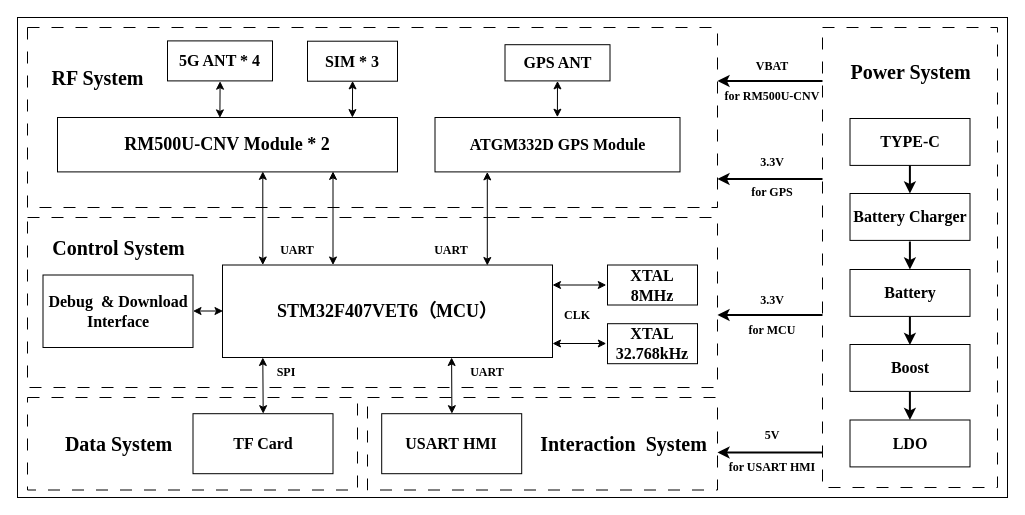
Above: ICCC_block_V4.0.drawio in zeandon/draw.io (draw.io), before the change. Source tidied: cells renumbered, new cells numbered last; positions are measured from the earlier drawing's top-left corner, leaving out a move shared by most shapes. Both pictures are drawn from the tidied source at 100%, with x=0, y=0 at pixel (17, 17).
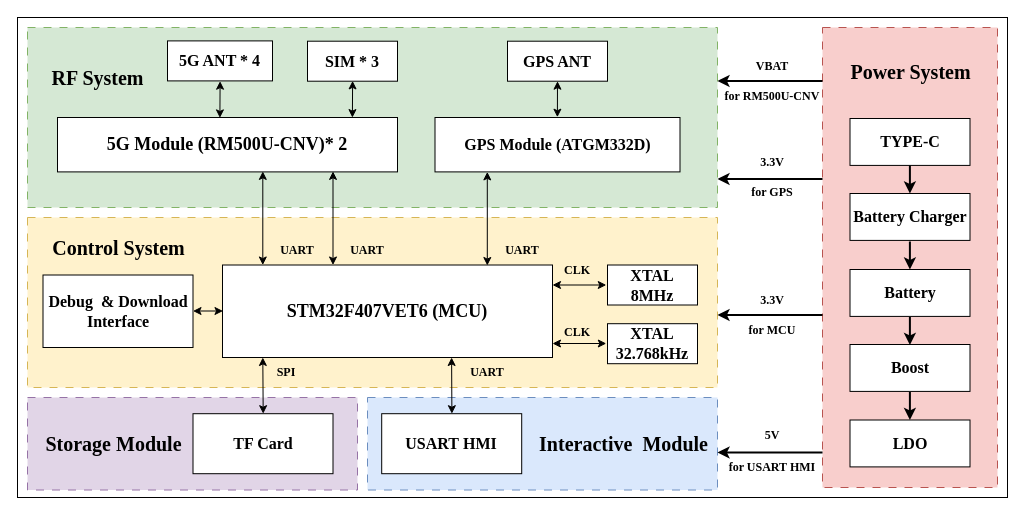
Above is the later version.

What changed in the source:
```diff
@@
-    <mxCell id="3" style="rounded=0;whiteSpace=wrap;html=1;fontStyle=1;fontFamily=Times New Roman;fontSize=16;dashed=1;dashPattern=12 12;" parent="1" vertex="1">
+    <mxCell id="3" style="rounded=0;whiteSpace=wrap;html=1;fontStyle=1;fontFamily=Times New Roman;fontSize=16;dashed=1;dashPattern=8 8;fillColor=#dae8fc;strokeColor=#6c8ebf;" parent="1" vertex="1">
       <mxGeometry x="350" y="380" width="350" height="92.5" as="geometry" />
     </mxCell>
-    <mxCell id="4" style="rounded=0;whiteSpace=wrap;html=1;fontStyle=1;fontFamily=Times New Roman;fontSize=16;dashed=1;dashPattern=12 12;" parent="1" vertex="1">
+    <mxCell id="4" style="rounded=0;whiteSpace=wrap;html=1;fontStyle=1;fontFamily=Times New Roman;fontSize=16;dashed=1;dashPattern=8 8;fillColor=#e1d5e7;strokeColor=#9673a6;" parent="1" vertex="1">
       <mxGeometry x="10" y="380" width="330" height="92.5" as="geometry" />
     </mxCell>
-    <mxCell id="5" style="rounded=0;whiteSpace=wrap;html=1;fontFamily=Times New Roman;dashed=1;dashPattern=12 12;" parent="1" vertex="1">
+    <mxCell id="5" style="rounded=0;whiteSpace=wrap;html=1;fontFamily=Times New Roman;dashed=1;dashPattern=8 8;fillColor=#f8cecc;strokeColor=#b85450;" parent="1" vertex="1">
       <mxGeometry x="805" y="10" width="175" height="460" as="geometry" />
     </mxCell>
-    <mxCell id="6" style="rounded=0;whiteSpace=wrap;html=1;fontFamily=Times New Roman;dashed=1;dashPattern=12 12;" parent="1" vertex="1">
+    <mxCell id="6" style="rounded=0;whiteSpace=wrap;html=1;fontFamily=Times New Roman;dashed=1;dashPattern=8 8;fillColor=#d5e8d4;strokeColor=#82b366;" parent="1" vertex="1">
       <mxGeometry x="10" y="10" width="690" height="180" as="geometry" />
     </mxCell>
-    <mxCell id="7" style="rounded=0;whiteSpace=wrap;html=1;fontFamily=Times New Roman;dashed=1;dashPattern=12 12;" parent="1" vertex="1">
+    <mxCell id="7" style="rounded=0;whiteSpace=wrap;html=1;fontFamily=Times New Roman;dashed=1;dashPattern=8 8;fillColor=#fff2cc;strokeColor=#d6b656;" parent="1" vertex="1">
       <mxGeometry x="10" y="200" width="690" height="170" as="geometry" />
     </mxCell>
@@
-    <mxCell id="10" value="RM500U-CNV&amp;nbsp;&lt;span style=&quot;background-color: transparent; color: light-dark(rgb(0, 0, 0), rgb(255, 255, 255));&quot;&gt;Module * 2&lt;/span&gt;" style="rounded=0;whiteSpace=wrap;html=1;fontStyle=1;fontFamily=Times New Roman;fontSize=18;" parent="1" vertex="1">
+    <mxCell id="10" value="5G&amp;nbsp;&lt;span style=&quot;background-color: transparent; color: light-dark(rgb(0, 0, 0), rgb(255, 255, 255));&quot;&gt;Module&lt;/span&gt;&lt;span style=&quot;color: light-dark(rgb(0, 0, 0), rgb(255, 255, 255)); background-color: transparent;&quot;&gt;&amp;nbsp;(&lt;/span&gt;RM500U-CNV)&lt;span style=&quot;background-color: transparent; color: light-dark(rgb(0, 0, 0), rgb(255, 255, 255));&quot;&gt;* 2&lt;/span&gt;" style="rounded=0;whiteSpace=wrap;html=1;fontStyle=1;fontFamily=Times New Roman;fontSize=18;" parent="1" vertex="1">
       <mxGeometry x="40" y="100" width="340" height="54.4" as="geometry" />
     </mxCell>
@@
     <mxCell id="12" value="UART" style="text;html=1;whiteSpace=wrap;strokeColor=none;fillColor=none;align=center;verticalAlign=middle;rounded=0;fontStyle=1;fontSize=12;fontFamily=Times New Roman;" parent="1" vertex="1">
-      <mxGeometry x="404" y="217.5" width="60" height="30" as="geometry" />
+      <mxGeometry x="475" y="217.5" width="60" height="30" as="geometry" />
     </mxCell>
@@
-    <mxCell id="14" value="STM32F407V&lt;span style=&quot;background-color: transparent; color: light-dark(rgb(0, 0, 0), rgb(255, 255, 255));&quot;&gt;ET6（MCU）&lt;/span&gt;" style="rounded=0;whiteSpace=wrap;html=1;fontStyle=1;fontFamily=Times New Roman;fontSize=18;" parent="1" vertex="1">
+    <mxCell id="14" value="STM32F407V&lt;span style=&quot;background-color: transparent; color: light-dark(rgb(0, 0, 0), rgb(255, 255, 255));&quot;&gt;ET6 (MCU)&lt;/span&gt;" style="rounded=0;whiteSpace=wrap;html=1;fontStyle=1;fontFamily=Times New Roman;fontSize=18;" parent="1" vertex="1">
       <mxGeometry x="205" y="247.5" width="330" height="92.5" as="geometry" />
     </mxCell>
@@
-    <mxCell id="33" value="&lt;div&gt;&lt;div class=&quot;old-record-id-EkiNdZjjBor4kKx9q06cBJtBn5e&quot;&gt;ATGM332D&amp;nbsp;&lt;span style=&quot;background-color: transparent; color: light-dark(rgb(0, 0, 0), rgb(255, 255, 255));&quot;&gt;GPS Module&lt;/span&gt;&lt;/div&gt;&lt;/div&gt;" style="rounded=0;whiteSpace=wrap;html=1;fontStyle=1;fontFamily=Times New Roman;fontSize=16;" parent="1" vertex="1">
+    <mxCell id="33" value="&lt;div&gt;&lt;div class=&quot;old-record-id-EkiNdZjjBor4kKx9q06cBJtBn5e&quot;&gt;&lt;span style=&quot;background-color: transparent; color: light-dark(rgb(0, 0, 0), rgb(255, 255, 255));&quot;&gt;GPS Module (&lt;/span&gt;&lt;span style=&quot;background-color: transparent; color: light-dark(rgb(0, 0, 0), rgb(255, 255, 255));&quot;&gt;ATGM332D&lt;/span&gt;&lt;span style=&quot;background-color: transparent; color: light-dark(rgb(0, 0, 0), rgb(255, 255, 255));&quot;&gt;)&lt;/span&gt;&lt;/div&gt;&lt;/div&gt;" style="rounded=0;whiteSpace=wrap;html=1;fontStyle=1;fontFamily=Times New Roman;fontSize=16;" parent="1" vertex="1">
       <mxGeometry x="417.5" y="100" width="245" height="54.4" as="geometry" />
     </mxCell>
     <mxCell id="34" value="GPS ANT" style="rounded=0;whiteSpace=wrap;html=1;fontStyle=1;fontFamily=Times New Roman;fontSize=16;" parent="1" vertex="1">
-      <mxGeometry x="487.5" y="27.2" width="105" height="36.2" as="geometry" />
+      <mxGeometry x="490" y="23.7" width="100" height="40" as="geometry" />
     </mxCell>
@@
     <mxCell id="37" value="CLK" style="text;html=1;whiteSpace=wrap;strokeColor=none;fillColor=none;align=center;verticalAlign=middle;rounded=0;fontStyle=1;fontSize=12;fontFamily=Times New Roman;" parent="1" vertex="1">
-      <mxGeometry x="535" y="282.5" width="50" height="30" as="geometry" />
+      <mxGeometry x="535" y="237.5" width="50" height="30" as="geometry" />
     </mxCell>
@@
-    <mxCell id="48" value="&lt;font&gt;Data System&lt;/font&gt;" style="text;strokeColor=none;fillColor=none;html=1;fontSize=20;fontStyle=1;verticalAlign=middle;align=center;fontFamily=Times New Roman;" parent="1" vertex="1">
-      <mxGeometry x="30" y="406.2" width="141" height="40" as="geometry" />
+    <mxCell id="48" value="&lt;font&gt;&lt;span style=&quot;background-color: transparent; color: light-dark(rgb(0, 0, 0), rgb(255, 255, 255));&quot;&gt;Storage&lt;/span&gt;&amp;nbsp;Module&lt;/font&gt;" style="text;strokeColor=none;fillColor=none;html=1;fontSize=20;fontStyle=1;verticalAlign=middle;align=center;fontFamily=Times New Roman;" parent="1" vertex="1">
+      <mxGeometry x="25.5" y="406.2" width="141" height="40" as="geometry" />
     </mxCell>
-    <mxCell id="49" value="&lt;font&gt;Interaction &amp;nbsp;System&lt;/font&gt;" style="text;strokeColor=none;fillColor=none;html=1;fontSize=20;fontStyle=1;verticalAlign=middle;align=center;fontFamily=Times New Roman;" parent="1" vertex="1">
+    <mxCell id="49" value="&lt;font&gt;&lt;span style=&quot;background-color: transparent; color: light-dark(rgb(0, 0, 0), rgb(255, 255, 255));&quot;&gt;Interactive&lt;/span&gt;&amp;nbsp; Module&lt;/font&gt;" style="text;strokeColor=none;fillColor=none;html=1;fontSize=20;fontStyle=1;verticalAlign=middle;align=center;fontFamily=Times New Roman;" parent="1" vertex="1">
       <mxGeometry x="535" y="405.9" width="141" height="40" as="geometry" />
     </mxCell>
@@
+    <mxCell id="61" value="UART" style="text;html=1;whiteSpace=wrap;strokeColor=none;fillColor=none;align=center;verticalAlign=middle;rounded=0;fontStyle=1;fontSize=12;fontFamily=Times New Roman;" parent="1" vertex="1">
+      <mxGeometry x="320" y="217.5" width="60" height="30" as="geometry" />
+    </mxCell>
+    <mxCell id="62" value="CLK" style="text;html=1;whiteSpace=wrap;strokeColor=none;fillColor=none;align=center;verticalAlign=middle;rounded=0;fontStyle=1;fontSize=12;fontFamily=Times New Roman;" parent="1" vertex="1">
+      <mxGeometry x="535" y="300" width="50" height="30" as="geometry" />
+    </mxCell>
```
